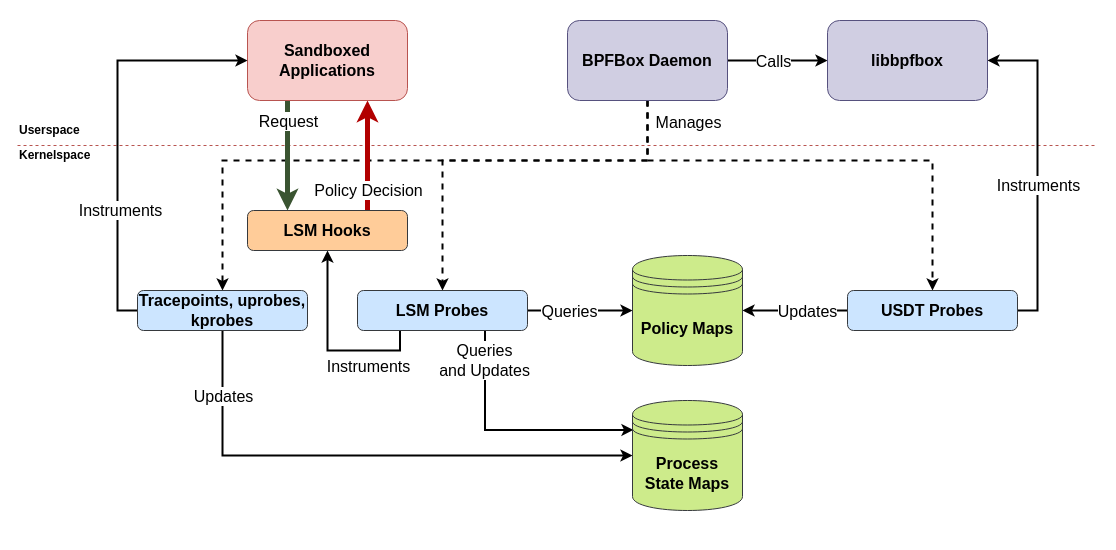
The draw.io diagram figs/drawio/bpfbox-overview.drawio in willfindlay/bpfbox-presentation, before the edit. Source tidied: cells renumbered, new cells numbered last; positions are measured from the earlier drawing's top-left corner, leaving out a move shared by most shapes. Both pictures are drawn from the tidied source at 100%, with x=0, y=0 at pixel (17, 20).
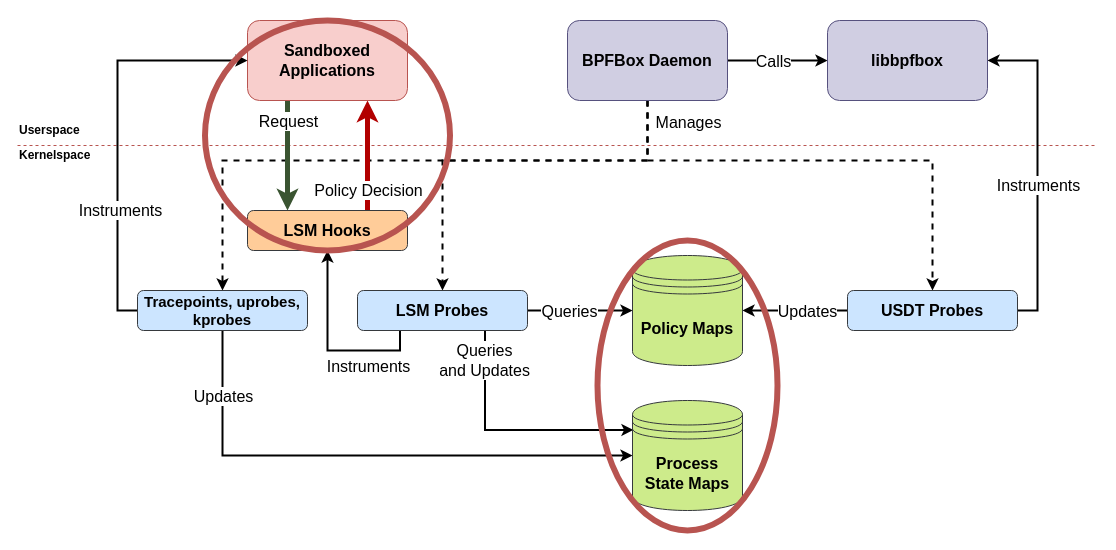
Above is the later version.

The edit, as a diff of the source:
```diff
@@
-    <mxCell id="34" value="Tracepoints, uprobes,&lt;br&gt;kprobes" style="rounded=1;whiteSpace=wrap;html=1;fontStyle=1;fillColor=#cce5ff;strokeColor=#36393d;fontSize=16;" parent="1" vertex="1">
+    <mxCell id="34" value="Tracepoints, uprobes,&lt;br style=&quot;font-size: 15px;&quot;&gt;kprobes" style="rounded=1;whiteSpace=wrap;html=1;fontStyle=1;fillColor=#cce5ff;strokeColor=#36393d;fontSize=15;" parent="1" vertex="1">
       <mxGeometry x="120" y="270" width="170" height="40" as="geometry" />
     </mxCell>
@@
+    <mxCell id="38" style="ellipse;whiteSpace=wrap;html=1;strokeColor=#b85450;fillColor=none;strokeWidth=6;" parent="1" vertex="1">
+      <mxGeometry x="580" y="220" width="180" height="290" as="geometry" />
+    </mxCell>
+    <mxCell id="39" style="ellipse;whiteSpace=wrap;html=1;strokeColor=#b85450;fillColor=none;strokeWidth=6;" parent="1" vertex="1">
+      <mxGeometry x="187.5" width="245" height="230" as="geometry" />
+    </mxCell>
```
